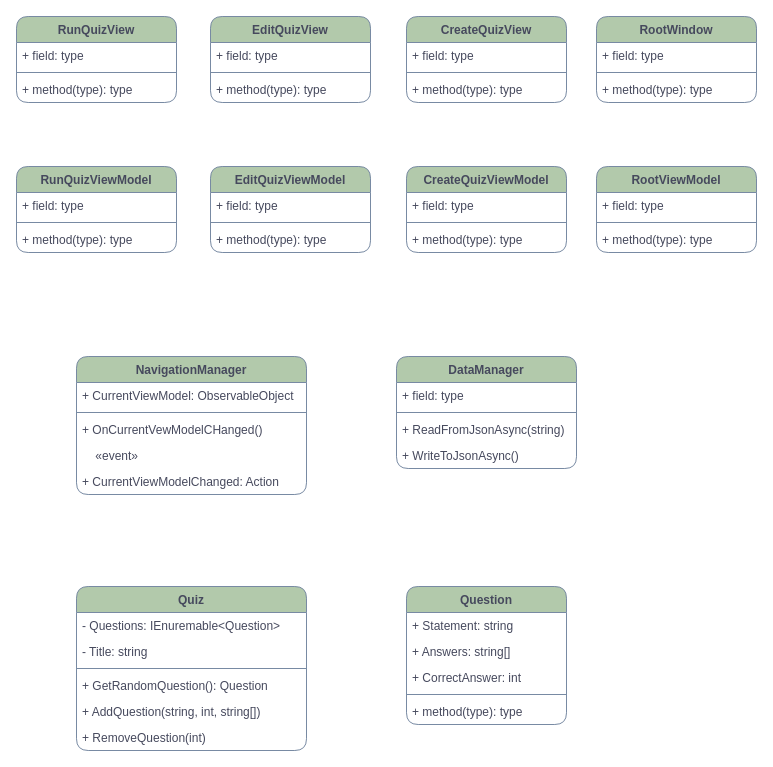
Before: Labb 3.drawio in pinkros/Exercises, a draw.io diagram. Source tidied: cells renumbered, new cells numbered last; positions are measured from the earlier drawing's top-left corner, leaving out a move shared by most shapes. Both pictures are drawn from the tidied source at 100%, with x=0, y=0 at pixel (16, 16).
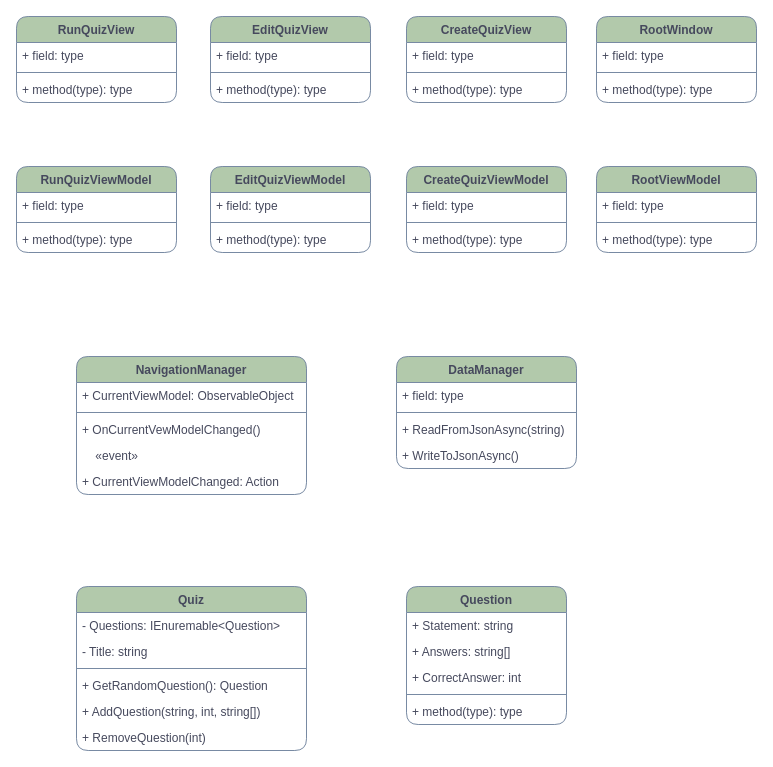
Above is the later version.

The change refers to these unchanged cells:
```xml
<mxCell id="39" value="NavigationManager" style="swimlane;fontStyle=1;align=center;verticalAlign=top;horizontal=1;startSize=26;rounded=1;fillColor=#B2C9AB;strokeColor=#788AA3;fontColor=#46495D;" parent="1" vertex="1">
  <mxGeometry x="60" y="340" width="230" height="138" as="geometry" />
</mxCell>
```

Change to the diagram source:
```diff
@@
-    <mxCell id="42" value="+ OnCurrentVewModelCHanged()" style="text;strokeColor=none;fillColor=none;align=left;verticalAlign=top;spacingLeft=4;spacingRight=4;overflow=hidden;rounded=1;fontColor=#46495D;" parent="39" vertex="1">
+    <mxCell id="42" value="+ OnCurrentVewModelChanged()" style="text;strokeColor=none;fillColor=none;align=left;verticalAlign=top;spacingLeft=4;spacingRight=4;overflow=hidden;rounded=1;fontColor=#46495D;" parent="39" vertex="1">
       <mxGeometry y="60" width="230" height="26" as="geometry" />
     </mxCell>
```
